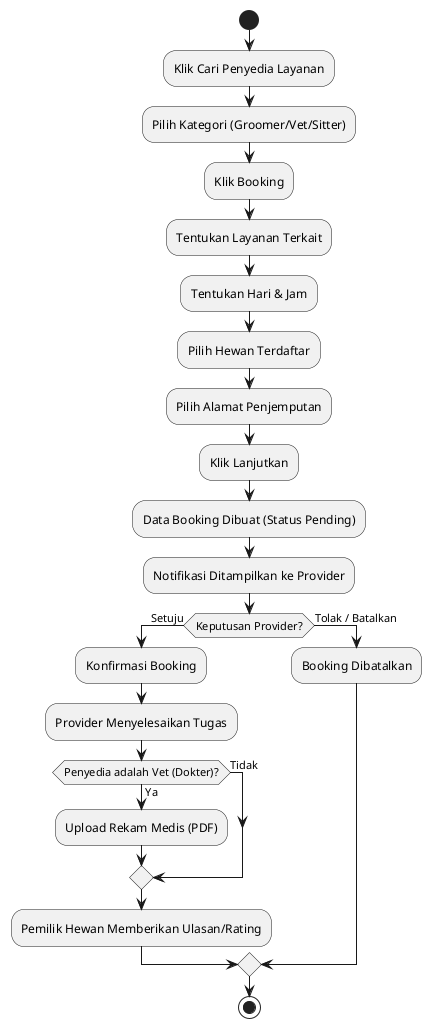
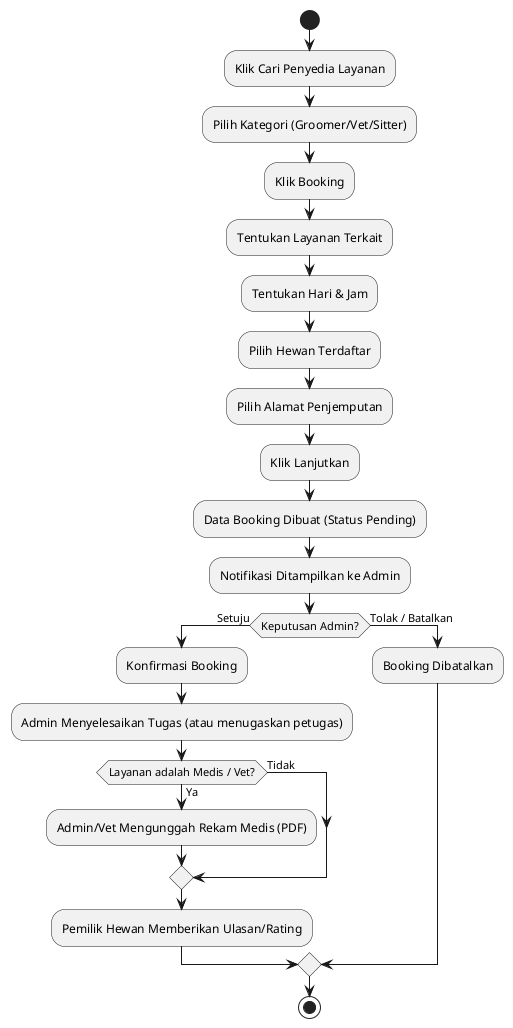
@startuml Activity
start
:Klik Cari Penyedia Layanan;
:Pilih Kategori (Groomer/Vet/Sitter);
:Klik Booking;
:Tentukan Layanan Terkait;
:Tentukan Hari & Jam;
:Pilih Hewan Terdaftar;
:Pilih Alamat Penjemputan;
:Klik Lanjutkan;
:Data Booking Dibuat (Status Pending);
- :Notifikasi Ditampilkan ke Provider;
+ :Notifikasi Ditampilkan ke Admin;

- if (Keputusan Provider?) then (Setuju)
+ if (Keputusan Admin?) then (Setuju)
  :Konfirmasi Booking;
-   :Provider Menyelesaikan Tugas;
-   if (Penyedia adalah Vet (Dokter)?) then (Ya)
-     :Upload Rekam Medis (PDF);
+   :Admin Menyelesaikan Tugas (atau menugaskan petugas);
+   if (Layanan adalah Medis / Vet?) then (Ya)
+     :Admin/Vet Mengunggah Rekam Medis (PDF);
  else (Tidak)
  endif
  :Pemilik Hewan Memberikan Ulasan/Rating;
else (Tolak / Batalkan)
  :Booking Dibatalkan;
endif
stop
@enduml
